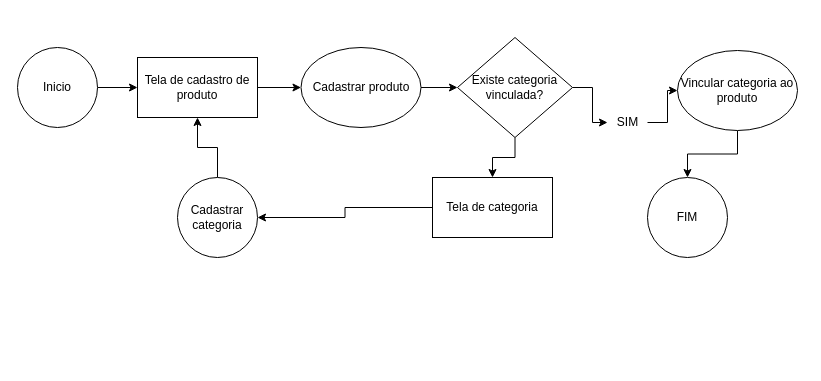
murilosouzza/Userflow keeps this draw.io diagram as Diagrama sem nome.drawio. Above is the earlier version. Source tidied: cells renumbered, new cells numbered last; positions are measured from the earlier drawing's top-left corner, leaving out a move shared by most shapes. Both pictures are drawn from the tidied source at 100%, with x=0, y=0 at pixel (17, 37).
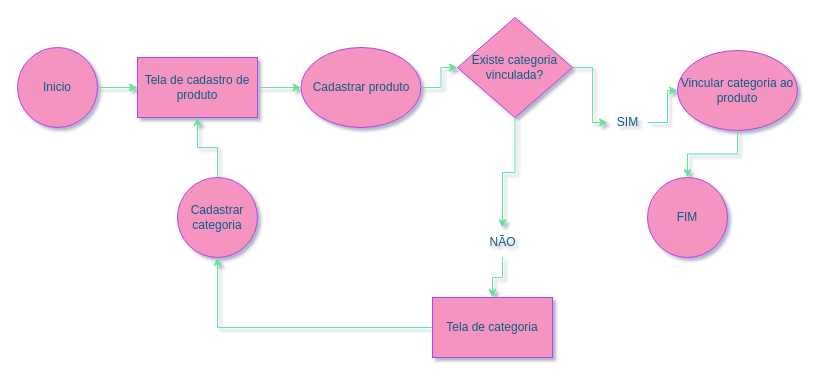
After the change.

The edit, as a diff of the source:
```diff
@@
-<mxGraphModel>
+<mxGraphModel background="#ffffff" shadow="1">
@@
-    <mxCell id="2" style="edgeStyle=orthogonalEdgeStyle;rounded=0;jettySize=auto;html=1;" parent="1" edge="1" source="3" target="5">
+    <mxCell id="2" style="edgeStyle=orthogonalEdgeStyle;rounded=0;jettySize=auto;html=1;labelBackgroundColor=none;strokeColor=#60E696;fontColor=default;" parent="1" edge="1" source="3" target="5">
       <mxGeometry relative="1" as="geometry" />
     </mxCell>
-    <mxCell id="3" value="Inicio" style="ellipse;whiteSpace=wrap;html=1;" parent="1" vertex="1">
+    <mxCell id="3" value="Inicio" style="ellipse;whiteSpace=wrap;html=1;labelBackgroundColor=none;fillColor=#F694C1;strokeColor=#AF45ED;fontColor=#095C86;" parent="1" vertex="1">
       <mxGeometry y="10" width="80" height="80" as="geometry" />
     </mxCell>
-    <mxCell id="4" style="edgeStyle=orthogonalEdgeStyle;rounded=0;jettySize=auto;html=1;" parent="1" edge="1" source="5" target="7">
+    <mxCell id="4" style="edgeStyle=orthogonalEdgeStyle;rounded=0;jettySize=auto;html=1;labelBackgroundColor=none;strokeColor=#60E696;fontColor=default;" parent="1" edge="1" source="5" target="7">
       <mxGeometry relative="1" as="geometry" />
     </mxCell>
-    <mxCell id="5" value="Tela de cadastro de&lt;div&gt;produto&lt;/div&gt;" style="rounded=0;whiteSpace=wrap;html=1;" parent="1" vertex="1">
+    <mxCell id="5" value="Tela de cadastro de&lt;div&gt;produto&lt;/div&gt;" style="rounded=0;whiteSpace=wrap;html=1;labelBackgroundColor=none;fillColor=#F694C1;strokeColor=#AF45ED;fontColor=#095C86;" parent="1" vertex="1">
       <mxGeometry x="120" y="20" width="120" height="60" as="geometry" />
     </mxCell>
-    <mxCell id="6" style="edgeStyle=orthogonalEdgeStyle;rounded=0;jettySize=auto;html=1;" parent="1" edge="1" source="7" target="10">
+    <mxCell id="6" style="edgeStyle=orthogonalEdgeStyle;rounded=0;jettySize=auto;html=1;labelBackgroundColor=none;strokeColor=#60E696;fontColor=default;" parent="1" edge="1" source="7" target="10">
       <mxGeometry relative="1" as="geometry" />
     </mxCell>
-    <mxCell id="7" value="Cadastrar produto" style="ellipse;whiteSpace=wrap;html=1;" parent="1" vertex="1">
+    <mxCell id="7" value="Cadastrar produto" style="ellipse;whiteSpace=wrap;html=1;labelBackgroundColor=none;fillColor=#F694C1;strokeColor=#AF45ED;fontColor=#095C86;" parent="1" vertex="1">
       <mxGeometry x="283.5" y="10" width="120" height="80" as="geometry" />
     </mxCell>
-    <mxCell id="8" style="edgeStyle=orthogonalEdgeStyle;rounded=0;jettySize=auto;html=1;" parent="1" edge="1" source="10" target="12">
-      <mxGeometry relative="1" as="geometry" />
-    </mxCell>
-    <mxCell id="9" style="edgeStyle=orthogonalEdgeStyle;rounded=0;jettySize=auto;html=1;" parent="1" edge="1" source="10" target="16">
+    <mxCell id="9" style="edgeStyle=orthogonalEdgeStyle;rounded=0;jettySize=auto;html=1;labelBackgroundColor=none;strokeColor=#60E696;fontColor=default;" parent="1" edge="1" source="10" target="16">
       <mxGeometry relative="1" as="geometry" />
     </mxCell>
+    <mxCell id="20" style="edgeStyle=orthogonalEdgeStyle;rounded=0;jettySize=auto;html=1;strokeColor=#60E696;fontColor=#095C86;fillColor=#F694C1;" parent="1" edge="1" source="10" target="22">
+      <mxGeometry relative="1" as="geometry" />
+    </mxCell>
-    <mxCell id="10" value="Existe categoria&lt;div&gt;vinculada?&lt;/div&gt;" style="rhombus;whiteSpace=wrap;html=1;" parent="1" vertex="1">
-      <mxGeometry x="440" width="115" height="100" as="geometry" />
+    <mxCell id="10" value="Existe categoria&lt;div&gt;vinculada?&lt;/div&gt;" style="rhombus;whiteSpace=wrap;html=1;labelBackgroundColor=none;fillColor=#F694C1;strokeColor=#AF45ED;fontColor=#095C86;" parent="1" vertex="1">
+      <mxGeometry x="440" y="-20" width="115" height="100" as="geometry" />
     </mxCell>
-    <mxCell id="11" style="edgeStyle=orthogonalEdgeStyle;rounded=0;jettySize=auto;html=1;" parent="1" edge="1" source="12" target="14">
+    <mxCell id="11" style="edgeStyle=orthogonalEdgeStyle;rounded=0;jettySize=auto;html=1;labelBackgroundColor=none;strokeColor=#60E696;fontColor=default;" parent="1" edge="1" source="12" target="14">
       <mxGeometry relative="1" as="geometry" />
     </mxCell>
-    <mxCell id="12" value="Tela de categoria" style="whiteSpace=wrap;html=1;" parent="1" vertex="1">
-      <mxGeometry x="415" y="140" width="120" height="60" as="geometry" />
+    <mxCell id="12" value="Tela de categoria" style="whiteSpace=wrap;html=1;labelBackgroundColor=none;fillColor=#F694C1;strokeColor=#AF45ED;fontColor=#095C86;" parent="1" vertex="1">
+      <mxGeometry x="415" y="260" width="120" height="60" as="geometry" />
     </mxCell>
-    <mxCell id="13" style="edgeStyle=orthogonalEdgeStyle;rounded=0;jettySize=auto;html=1;" parent="1" edge="1" source="14" target="5">
+    <mxCell id="13" style="edgeStyle=orthogonalEdgeStyle;rounded=0;jettySize=auto;html=1;labelBackgroundColor=none;strokeColor=#60E696;fontColor=default;" parent="1" edge="1" source="14" target="5">
       <mxGeometry relative="1" as="geometry" />
     </mxCell>
-    <mxCell id="14" value="Cadastrar categoria" style="ellipse;whiteSpace=wrap;html=1;" parent="1" vertex="1">
+    <mxCell id="14" value="Cadastrar categoria" style="ellipse;whiteSpace=wrap;html=1;labelBackgroundColor=none;fillColor=#F694C1;strokeColor=#AF45ED;fontColor=#095C86;" parent="1" vertex="1">
       <mxGeometry x="160" y="140" width="80" height="80" as="geometry" />
     </mxCell>
-    <mxCell id="15" style="edgeStyle=orthogonalEdgeStyle;rounded=0;jettySize=auto;html=1;" parent="1" edge="1" source="16" target="18">
+    <mxCell id="15" style="edgeStyle=orthogonalEdgeStyle;rounded=0;jettySize=auto;html=1;labelBackgroundColor=none;strokeColor=#60E696;fontColor=default;" parent="1" edge="1" source="16" target="18">
       <mxGeometry relative="1" as="geometry" />
     </mxCell>
-    <mxCell id="16" value="SIM" style="text;html=1;align=center;verticalAlign=middle;points=[];strokeColor=none;fillColor=none;" parent="1" vertex="1">
+    <mxCell id="16" value="SIM" style="text;html=1;align=center;verticalAlign=middle;points=[];strokeColor=none;fillColor=none;labelBackgroundColor=none;fontColor=#095C86;" parent="1" vertex="1">
       <mxGeometry x="590" y="70" width="40" height="30" as="geometry" />
     </mxCell>
-    <mxCell id="17" style="edgeStyle=orthogonalEdgeStyle;rounded=0;jettySize=auto;html=1;" parent="1" edge="1" source="18" target="19">
+    <mxCell id="17" style="edgeStyle=orthogonalEdgeStyle;rounded=0;jettySize=auto;html=1;labelBackgroundColor=none;strokeColor=#60E696;fontColor=default;" parent="1" edge="1" source="18" target="19">
       <mxGeometry relative="1" as="geometry" />
     </mxCell>
-    <mxCell id="18" value="Vincular categoria ao produto" style="ellipse;whiteSpace=wrap;html=1;" parent="1" vertex="1">
+    <mxCell id="18" value="Vincular categoria ao produto" style="ellipse;whiteSpace=wrap;html=1;labelBackgroundColor=none;fillColor=#F694C1;strokeColor=#AF45ED;fontColor=#095C86;" parent="1" vertex="1">
       <mxGeometry x="660" y="13" width="120" height="80" as="geometry" />
     </mxCell>
-    <mxCell id="19" value="FIM" style="ellipse;whiteSpace=wrap;html=1;" parent="1" vertex="1">
+    <mxCell id="19" value="FIM" style="ellipse;whiteSpace=wrap;html=1;labelBackgroundColor=none;fillColor=#F694C1;strokeColor=#AF45ED;fontColor=#095C86;" parent="1" vertex="1">
       <mxGeometry x="630" y="140" width="80" height="80" as="geometry" />
     </mxCell>
+    <mxCell id="21" style="edgeStyle=orthogonalEdgeStyle;rounded=0;jettySize=auto;html=1;strokeColor=#60E696;fontColor=#095C86;fillColor=#F694C1;" parent="1" edge="1" source="22" target="12">
+      <mxGeometry relative="1" as="geometry" />
+    </mxCell>
+    <mxCell id="22" value="NÃO" style="text;html=1;align=center;verticalAlign=middle;points=[];strokeColor=none;fillColor=none;fontColor=#095C86;" parent="1" vertex="1">
+      <mxGeometry x="460" y="190" width="50" height="30" as="geometry" />
+    </mxCell>
```
